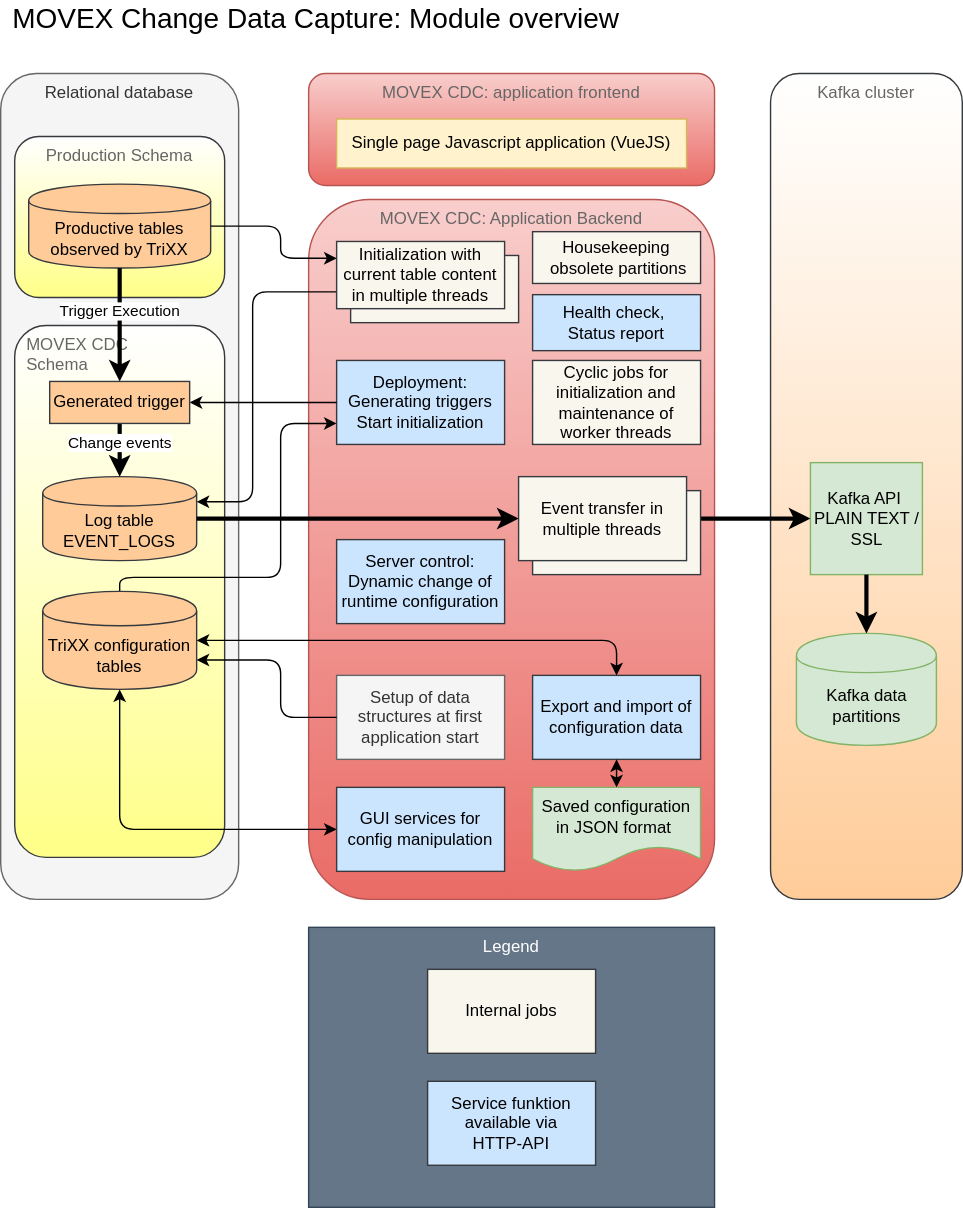
Earlier version of the draw.io export doc/images/trixx_module_overview.svg (osp-ottogroup/movex-cdc). Source tidied: cells renumbered, new cells last; positions are measured from the earlier drawing's top-left corner, leaving out a move shared by most shapes.
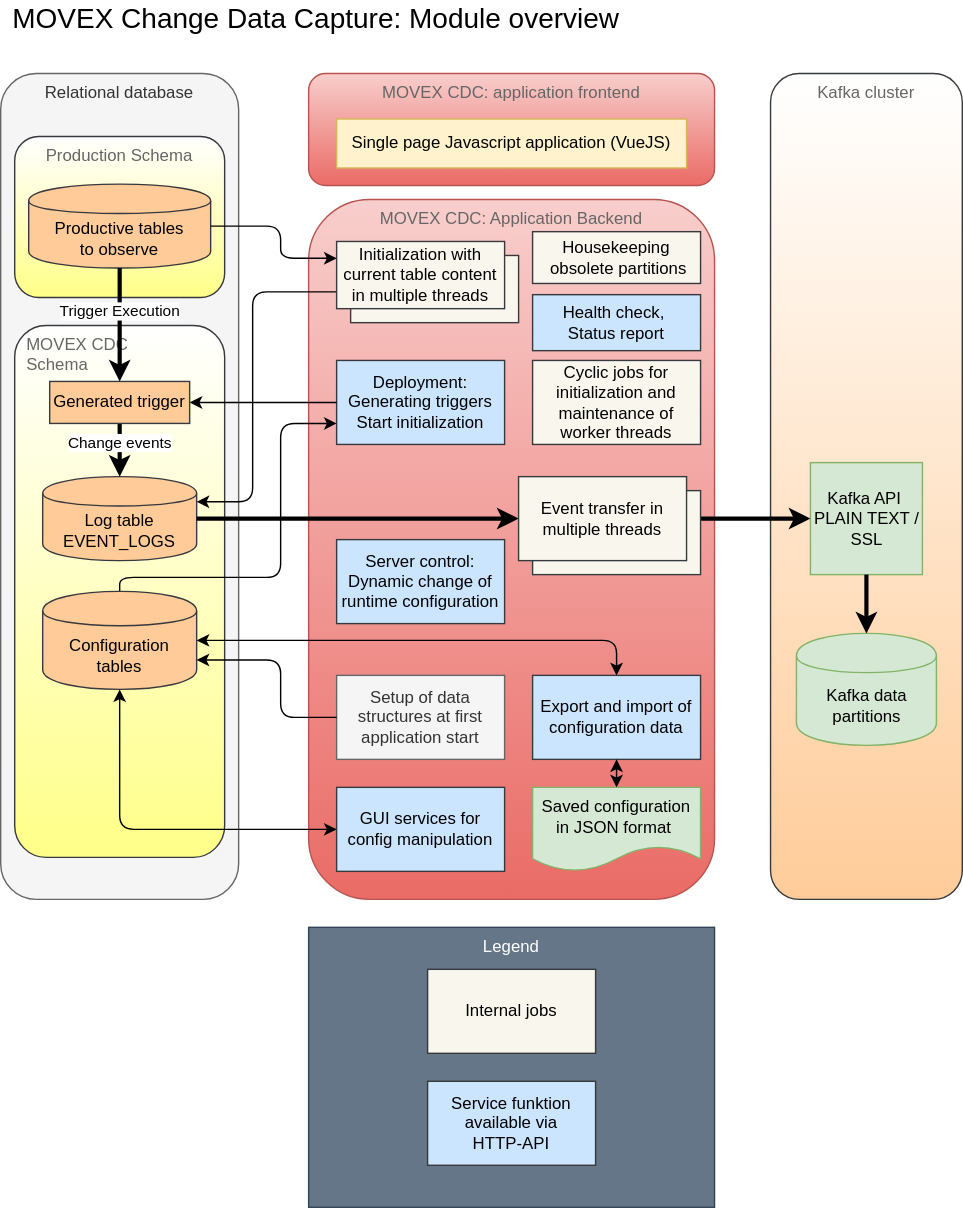
Later version of the same file.

Change to the diagram source:
```diff
@@ -38,7 +38,7 @@
         </Array>
       </mxGeometry>
     </mxCell>
-    <mxCell id="12" value="TriXX configuration tables" style="shape=cylinder;whiteSpace=wrap;html=1;boundedLbl=1;backgroundOutline=1;labelBackgroundColor=none;align=center;fillColor=#ffcc99;strokeColor=#36393d;" parent="1" vertex="1">
+    <mxCell id="12" value="Configuration &lt;br&gt;tables" style="shape=cylinder;whiteSpace=wrap;html=1;boundedLbl=1;backgroundOutline=1;labelBackgroundColor=none;align=center;fillColor=#ffcc99;strokeColor=#36393d;" parent="1" vertex="1">
       <mxGeometry x="30" y="420" width="110" height="70" as="geometry" />
     </mxCell>
     <mxCell id="13" value="Deployment: Generating triggers&lt;br&gt;Start initialization" style="rounded=0;whiteSpace=wrap;html=1;labelBackgroundColor=none;align=center;fillColor=#cce5ff;strokeColor=#36393d;" parent="1" vertex="1">
@@ -121,7 +121,7 @@
     <mxCell id="37" value="Server control:&lt;br&gt;Dynamic change of runtime configuration" style="rounded=0;whiteSpace=wrap;html=1;labelBackgroundColor=none;align=center;fillColor=#cce5ff;strokeColor=#36393d;" parent="1" vertex="1">
       <mxGeometry x="240" y="383" width="120" height="60" as="geometry" />
     </mxCell>
-    <mxCell id="38" value="Productive tables &lt;br&gt;observed by TriXX" style="shape=cylinder;whiteSpace=wrap;html=1;boundedLbl=1;backgroundOutline=1;labelBackgroundColor=none;align=center;fillColor=#ffcc99;strokeColor=#36393d;" parent="1" vertex="1">
+    <mxCell id="38" value="Productive tables &lt;br&gt;to observe" style="shape=cylinder;whiteSpace=wrap;html=1;boundedLbl=1;backgroundOutline=1;labelBackgroundColor=none;align=center;fillColor=#ffcc99;strokeColor=#36393d;" parent="1" vertex="1">
       <mxGeometry x="20" y="129" width="130" height="60" as="geometry" />
     </mxCell>
     <mxCell id="39" value="Generated trigger" style="rounded=0;whiteSpace=wrap;html=1;labelBackgroundColor=none;align=center;fillColor=#ffcc99;strokeColor=#36393d;" parent="1" vertex="1">
```
